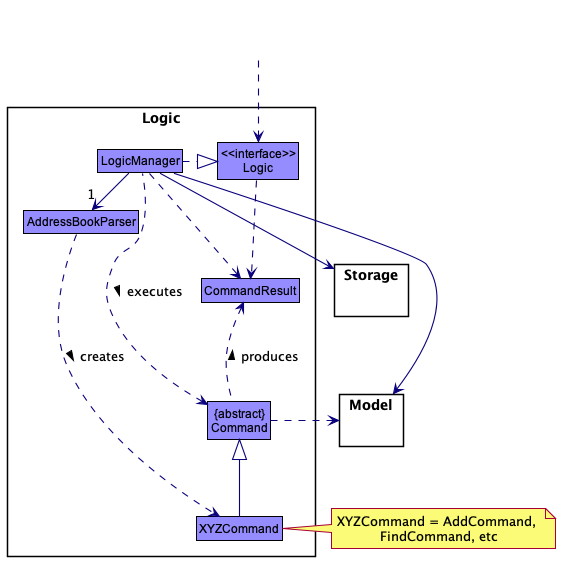
Above: docs/images/LogicClassDiagram.png in zhongfu/tp (PlantUML), before the change.
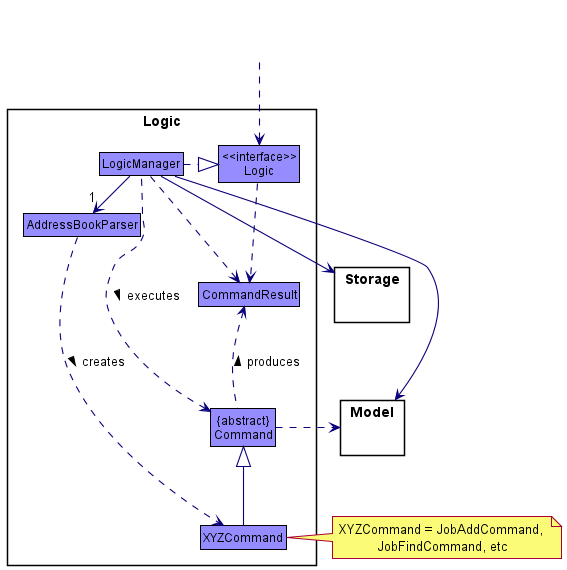
The same diagram one commit later.

What changed in the source:
```diff
@@ -46,7 +46,7 @@
 Storage --[hidden] Model
 Command .[hidden]up.> Storage
 Command .right.> Model
-note right of XYZCommand: XYZCommand = AddCommand, \nFindCommand, etc
+note right of XYZCommand: XYZCommand = JobAddCommand, \nJobFindCommand, etc
 
 Logic ..> CommandResult
 LogicManager .down.> CommandResult
```
